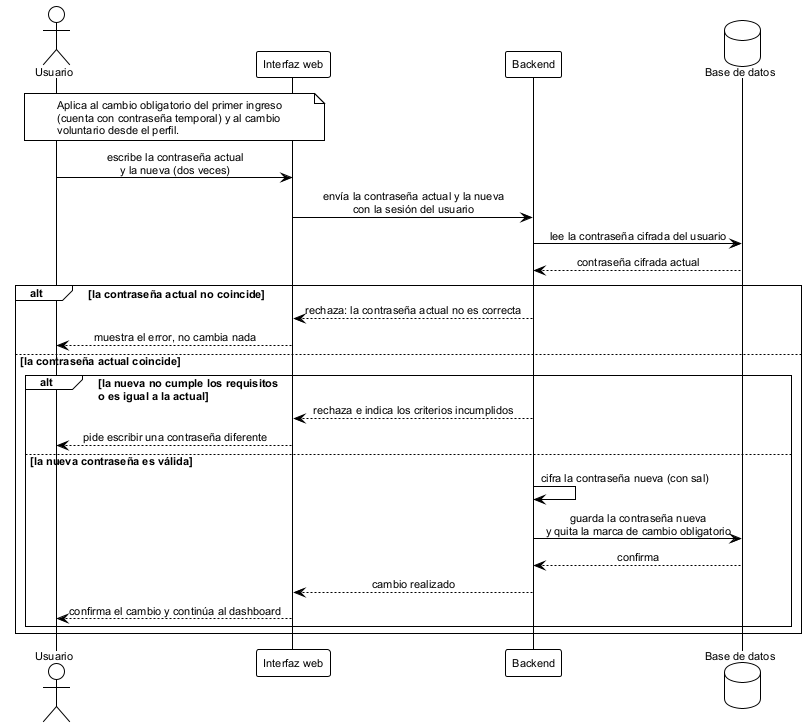
This is figures/diagramas/seq_cambio_pass_inv.png from ErickJester/fst-ai-system-latex, a PlantUML export, as it was before one commit. Source of this version:
```plantuml
@startuml seq_cambio_pass_inv

!theme plain
skinparam defaultFontName Arial
skinparam defaultFontSize 11
skinparam shadowing false
skinparam sequenceMessageAlign center
skinparam BoxPadding 10

actor Usuario as u
participant "Interfaz web" as ui
participant Backend as api
database "Base de datos" as db

note over u, ui
  Aplica al cambio obligatorio del primer ingreso
  (cuenta con contraseña temporal) y al cambio
  voluntario desde el perfil.
end note

u -> ui: escribe la contraseña actual\ny la nueva (dos veces)
ui -> api: envía la contraseña actual y la nueva\ncon la sesión del usuario

api -> db: lee la contraseña cifrada del usuario
db --> api: contraseña cifrada actual

alt la contraseña actual no coincide
  api --> ui: rechaza: la contraseña actual no es correcta
  ui --> u: muestra el error, no cambia nada
else la contraseña actual coincide
  alt la nueva no cumple los requisitos\no es igual a la actual
    api --> ui: rechaza e indica los criterios incumplidos
    ui --> u: pide escribir una contraseña diferente
  else la nueva contraseña es válida
    api -> api: cifra la contraseña nueva (con sal)
    api -> db: guarda la contraseña nueva\ny quita la marca de cambio obligatorio
    db --> api: confirma
    api --> ui: cambio realizado
    ui --> u: confirma el cambio y continúa al dashboard
  end
end

@enduml
```
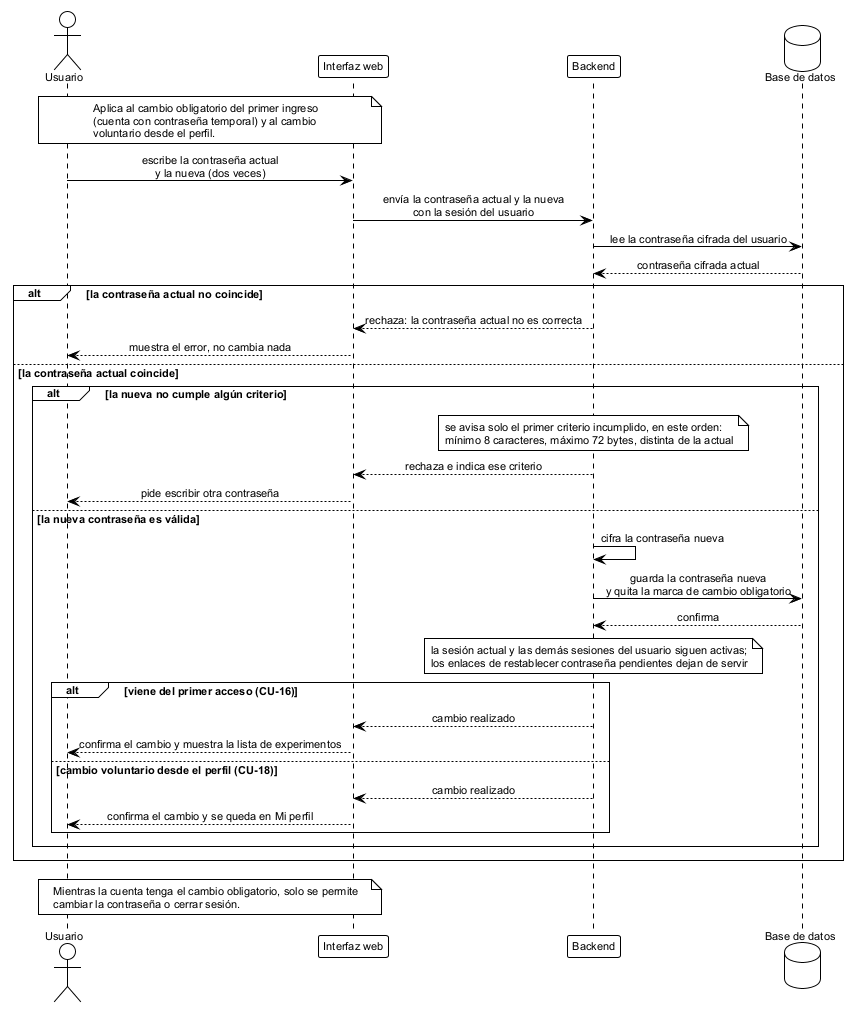
Later version of the same file.

What changed in the source:
```diff
@@ -28,16 +28,34 @@
   api --> ui: rechaza: la contraseña actual no es correcta
   ui --> u: muestra el error, no cambia nada
 else la contraseña actual coincide
-  alt la nueva no cumple los requisitos\no es igual a la actual
-    api --> ui: rechaza e indica los criterios incumplidos
-    ui --> u: pide escribir una contraseña diferente
+  alt la nueva no cumple algún criterio
+    note over api
+      se avisa solo el primer criterio incumplido, en este orden:
+      mínimo 8 caracteres, máximo 72 bytes, distinta de la actual
+    end note
+    api --> ui: rechaza e indica ese criterio
+    ui --> u: pide escribir otra contraseña
   else la nueva contraseña es válida
-    api -> api: cifra la contraseña nueva (con sal)
+    api -> api: cifra la contraseña nueva
     api -> db: guarda la contraseña nueva\ny quita la marca de cambio obligatorio
     db --> api: confirma
-    api --> ui: cambio realizado
-    ui --> u: confirma el cambio y continúa al dashboard
+    note over api
+      la sesión actual y las demás sesiones del usuario siguen activas;
+      los enlaces de restablecer contraseña pendientes dejan de servir
+    end note
+    alt viene del primer acceso (CU-16)
+      api --> ui: cambio realizado
+      ui --> u: confirma el cambio y muestra la lista de experimentos
+    else cambio voluntario desde el perfil (CU-18)
+      api --> ui: cambio realizado
+      ui --> u: confirma el cambio y se queda en Mi perfil
+    end
   end
 end
 
+note over u, ui
+  Mientras la cuenta tenga el cambio obligatorio, solo se permite
+  cambiar la contraseña o cerrar sesión.
+end note
+
 @enduml
```
